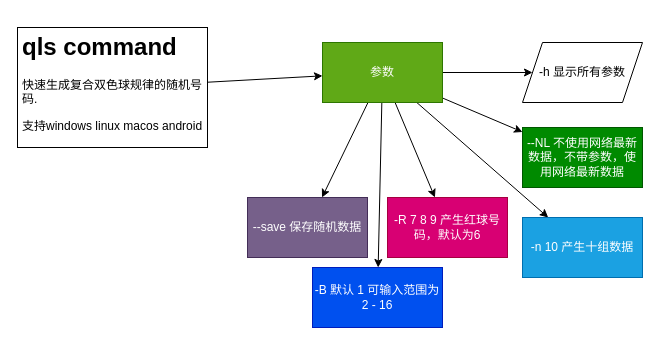
JogFeelingVI/JackpotMaximizer keeps this draw.io diagram as minde.drawio. Above is the earlier version. Source tidied: cells renumbered, new cells numbered last; positions are measured from the earlier drawing's top-left corner, leaving out a move shared by most shapes. Both pictures are drawn from the tidied source at 100%, with x=0, y=0 at pixel (17, 27).
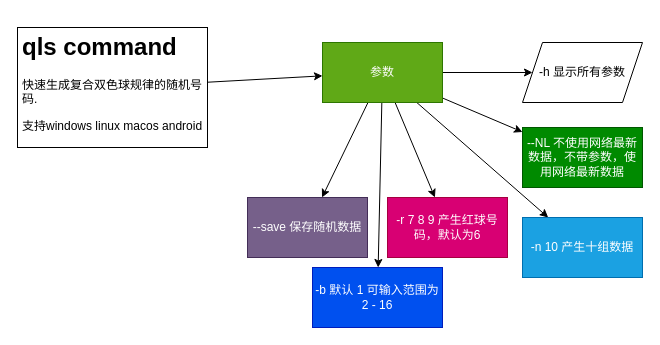
Above is the later version.

What changed in the source:
```diff
@@
 <mxGraphModel>
   <root>
     <mxCell id="0" />
     <mxCell id="1" parent="0" />
     <mxCell id="2" style="edgeStyle=none;html=1;" parent="1" edge="1" source="3" target="10">
       <mxGeometry relative="1" as="geometry" />
     </mxCell>
     <mxCell id="3" value="&lt;h1&gt;qls command&lt;/h1&gt;&lt;p&gt;快速生成复合双色球规律的随机号码.&amp;nbsp;&lt;/p&gt;&lt;p&gt;支持windows linux macos android&lt;/p&gt;" style="text;html=1;spacing=5;spacingTop=-20;whiteSpace=wrap;overflow=hidden;rounded=0;strokeColor=default;" parent="1" vertex="1">
       <mxGeometry width="190" height="120" as="geometry" />
     </mxCell>
     <mxCell id="4" style="edgeStyle=none;html=1;" parent="1" edge="1" source="10" target="11">
       <mxGeometry relative="1" as="geometry" />
     </mxCell>
     <mxCell id="5" style="edgeStyle=none;html=1;" parent="1" edge="1" source="10" target="12">
       <mxGeometry relative="1" as="geometry" />
     </mxCell>
     <mxCell id="6" style="edgeStyle=none;html=1;" parent="1" edge="1" source="10" target="13">
       <mxGeometry relative="1" as="geometry" />
     </mxCell>
     <mxCell id="7" style="edgeStyle=none;html=1;" parent="1" edge="1" source="10" target="14">
       <mxGeometry relative="1" as="geometry" />
     </mxCell>
     <mxCell id="8" style="edgeStyle=none;html=1;" parent="1" edge="1" source="10" target="15">
       <mxGeometry relative="1" as="geometry" />
     </mxCell>
     <mxCell id="9" style="edgeStyle=none;html=1;" parent="1" edge="1" source="10" target="16">
       <mxGeometry relative="1" as="geometry" />
     </mxCell>
     <mxCell id="10" value="参数" style="whiteSpace=wrap;html=1;fillColor=#60a917;fontColor=#ffffff;strokeColor=#2D7600;" parent="1" vertex="1">
       <mxGeometry x="305" y="15" width="120" height="60" as="geometry" />
     </mxCell>
     <mxCell id="11" value="-h 显示所有参数" style="shape=parallelogram;perimeter=parallelogramPerimeter;whiteSpace=wrap;html=1;fixedSize=1;" parent="1" vertex="1">
       <mxGeometry x="505" y="15" width="120" height="60" as="geometry" />
     </mxCell>
     <mxCell id="12" value="--NL 不使用网络最新数据，不带参数，使用网络最新数据" style="whiteSpace=wrap;html=1;fillColor=#008a00;fontColor=#ffffff;strokeColor=#005700;" parent="1" vertex="1">
       <mxGeometry x="505" y="100" width="120" height="60" as="geometry" />
     </mxCell>
     <mxCell id="13" value="-n 10 产生十组数据" style="whiteSpace=wrap;html=1;fillColor=#1ba1e2;fontColor=#ffffff;strokeColor=#006EAF;" parent="1" vertex="1">
       <mxGeometry x="505" y="190" width="120" height="60" as="geometry" />
     </mxCell>
-    <mxCell id="14" value="-R 7 8 9 产生红球号码，默认为6" style="whiteSpace=wrap;html=1;fillColor=#d80073;fontColor=#ffffff;strokeColor=#A50040;" parent="1" vertex="1">
+    <mxCell id="14" value="-r 7 8 9 产生红球号码，默认为6" style="whiteSpace=wrap;html=1;fillColor=#d80073;fontColor=#ffffff;strokeColor=#A50040;" parent="1" vertex="1">
       <mxGeometry x="370" y="170" width="120" height="60" as="geometry" />
     </mxCell>
-    <mxCell id="15" value="-B 默认 1 可输入范围为 2 - 16" style="whiteSpace=wrap;html=1;fillColor=#0050ef;fontColor=#ffffff;strokeColor=#001DBC;" parent="1" vertex="1">
+    <mxCell id="15" value="-b 默认 1 可输入范围为 2 - 16" style="whiteSpace=wrap;html=1;fillColor=#0050ef;fontColor=#ffffff;strokeColor=#001DBC;" parent="1" vertex="1">
       <mxGeometry x="295" y="240" width="130" height="60" as="geometry" />
     </mxCell>
     <mxCell id="16" value="--save 保存随机数据" style="whiteSpace=wrap;html=1;fillColor=#76608a;fontColor=#ffffff;strokeColor=#432D57;" parent="1" vertex="1">
       <mxGeometry x="230" y="170" width="120" height="60" as="geometry" />
     </mxCell>
   </root>
 </mxGraphModel>
```
